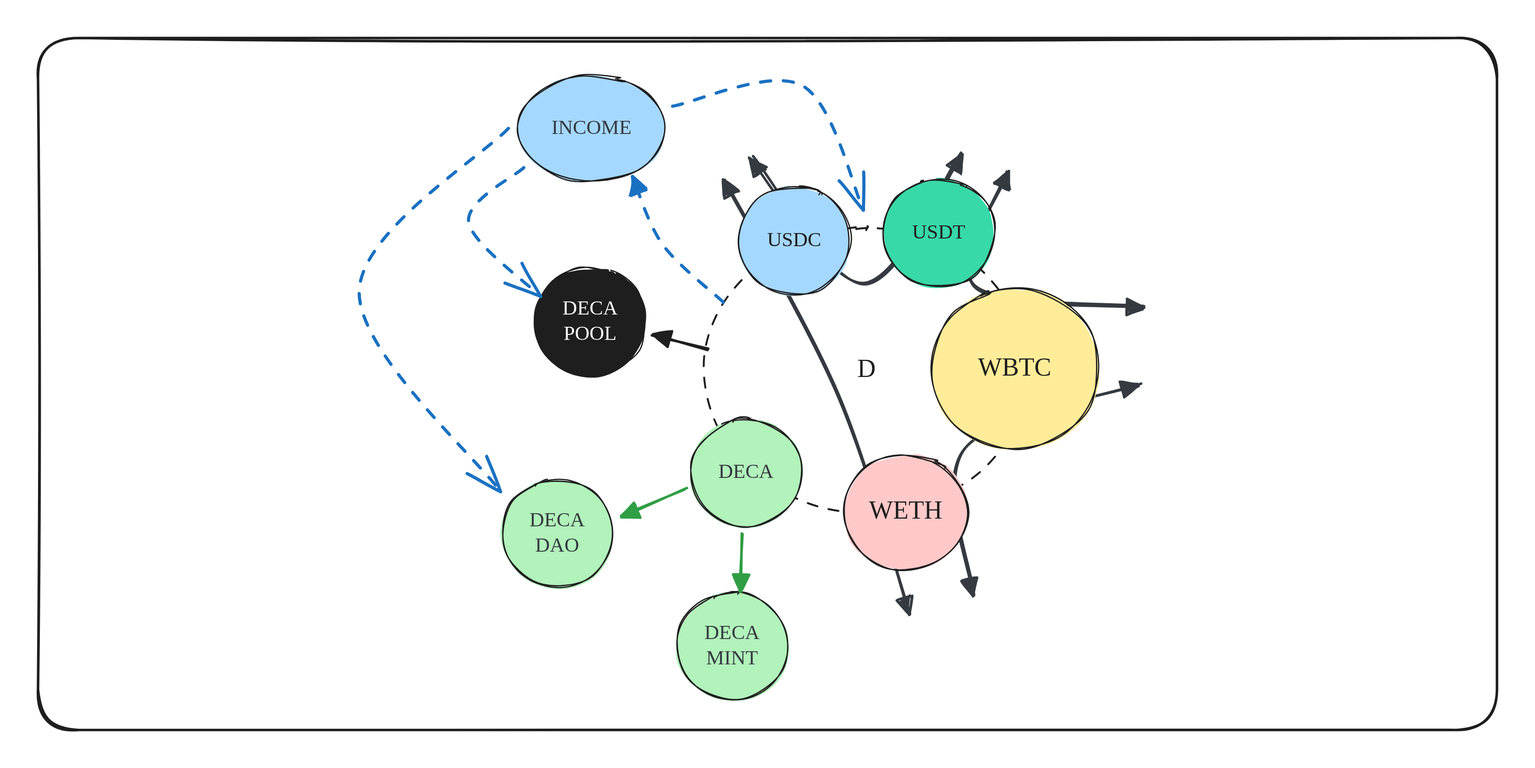
The Excalidraw diagram .gitbook/assets/file.excalidraw (3).svg in decaswap-labs/docs, before a commit. Source tidied: one line per element, renumbered; positions are measured from the earlier drawing's top-left corner, leaving out a move shared by most shapes.
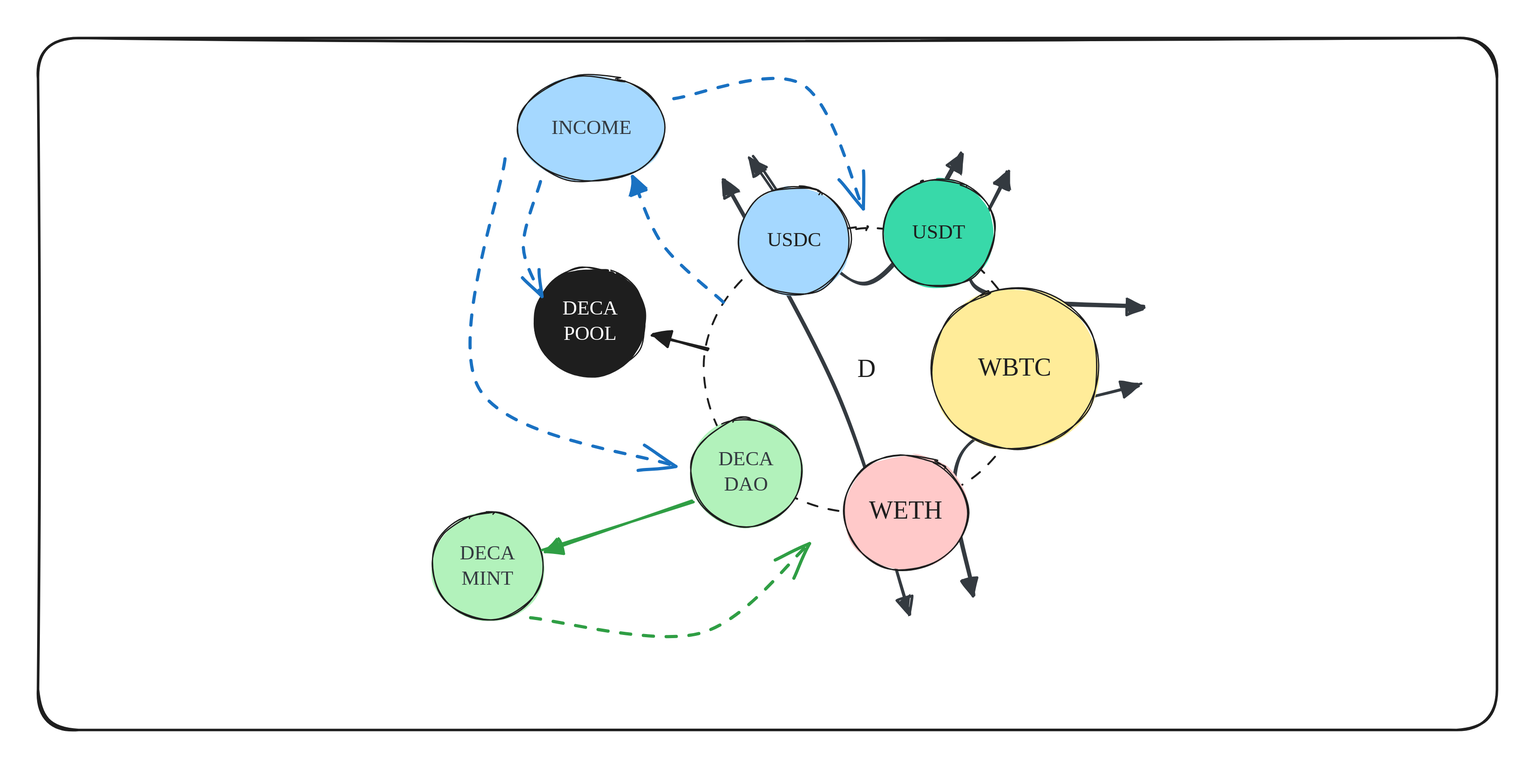
The same file after the commit.

What changed in the source:
```diff
@@ -15,18 +15,16 @@
 {"id": 14, "type": "ellipse", "strokeColor": "#1e1e1e", "backgroundColor": "#1e1e1e", "fillStyle": "solid", "strokeWidth": 1, "roughness": 1, "round": true, "x": 392, "y": 182, "width": 88, "height": 85}
 {"id": 15, "type": "text", "text": "DECA\nPOOL", "strokeColor": "#ffffff", "backgroundColor": "#b2f2bb", "fillStyle": "solid", "strokeWidth": 1, "roughness": 0, "fontSize": 16, "fontFamily": 5, "textAlign": "center", "verticalAlign": "middle", "inside": 14, "x": 414, "y": 204, "width": 44, "height": 40}
 {"id": 16, "type": "ellipse", "strokeColor": "#1e1e1e", "backgroundColor": "#b2f2bb", "fillStyle": "solid", "strokeWidth": 1, "roughness": 1, "round": true, "x": 515, "y": 300, "width": 88, "height": 85}
-{"id": 17, "type": "text", "text": "DECA", "strokeColor": "#343a40", "backgroundColor": "#b2f2bb", "fillStyle": "solid", "strokeWidth": 1, "roughness": 0, "fontSize": 16, "fontFamily": 5, "textAlign": "center", "verticalAlign": "middle", "inside": 16, "x": 537, "y": 333, "width": 44, "height": 20}
+{"id": 17, "type": "text", "text": "DECA\nDAO", "strokeColor": "#343a40", "backgroundColor": "#b2f2bb", "fillStyle": "solid", "strokeWidth": 1, "roughness": 0, "fontSize": 16, "fontFamily": 5, "textAlign": "center", "verticalAlign": "middle", "inside": 16, "x": 537, "y": 323, "width": 44, "height": 40}
-{"id": 18, "type": "ellipse", "strokeColor": "#1e1e1e", "backgroundColor": "#b2f2bb", "fillStyle": "solid", "strokeWidth": 1, "roughness": 1, "round": true, "x": 366, "y": 348, "width": 88, "height": 85}
-{"id": 19, "type": "text", "text": "DECA\nDAO", "strokeColor": "#343a40", "backgroundColor": "#b2f2bb", "fillStyle": "solid", "strokeWidth": 1, "roughness": 0, "fontSize": 16, "fontFamily": 5, "textAlign": "center", "verticalAlign": "middle", "inside": 18, "x": 388, "y": 371, "width": 44, "height": 40}
-{"id": 20, "type": "ellipse", "strokeColor": "#1e1e1e", "backgroundColor": "#b2f2bb", "fillStyle": "solid", "strokeWidth": 1, "roughness": 1, "round": true, "x": 504, "y": 438, "width": 88, "height": 85}
+{"id": 20, "type": "ellipse", "strokeColor": "#1e1e1e", "backgroundColor": "#b2f2bb", "fillStyle": "solid", "strokeWidth": 1, "roughness": 1, "round": true, "x": 311, "y": 374, "width": 88, "height": 85}
-{"id": 21, "type": "text", "text": "DECA\nMINT", "strokeColor": "#343a40", "backgroundColor": "#b2f2bb", "fillStyle": "solid", "strokeWidth": 1, "roughness": 0, "fontSize": 16, "fontFamily": 5, "textAlign": "center", "verticalAlign": "middle", "inside": 20, "x": 526, "y": 460, "width": 44, "height": 40}
+{"id": 21, "type": "text", "text": "DECA\nMINT", "strokeColor": "#343a40", "backgroundColor": "#b2f2bb", "fillStyle": "solid", "strokeWidth": 1, "roughness": 0, "fontSize": 16, "fontFamily": 5, "textAlign": "center", "verticalAlign": "middle", "inside": 20, "x": 333, "y": 397, "width": 44, "height": 40}
 {"id": 22, "type": "ellipse", "strokeColor": "#1e1e1e", "backgroundColor": "#a5d8ff", "fillStyle": "solid", "strokeWidth": 1, "roughness": 1, "round": true, "x": 379, "y": 30, "width": 116, "height": 84}
 {"id": 23, "type": "text", "text": "INCOME", "strokeColor": "#343a40", "backgroundColor": "#b2f2bb", "fillStyle": "solid", "strokeWidth": 1, "roughness": 0, "fontSize": 16, "fontFamily": 5, "textAlign": "center", "verticalAlign": "middle", "inside": 22, "x": 405, "y": 61, "width": 63, "height": 20}
 {"id": 24, "type": "arrow", "strokeColor": "#1971c2", "backgroundColor": "#a5d8ff", "fillStyle": "solid", "strokeWidth": 2, "strokeStyle": "dashed", "roughness": 1, "endArrowhead": "triangle", "round": true, "from": 4, "to": 22, "x": 540, "y": 210, "width": 71, "height": 100, "points": [[0, 0], [-46, -47], [-71, -100]]}
-{"id": 25, "type": "arrow", "strokeColor": "#1971c2", "angle": 3.11, "backgroundColor": "#b2f2bb", "fillStyle": "solid", "strokeWidth": 2, "strokeStyle": "dashed", "roughness": 1, "endArrowhead": "arrow", "round": true, "from": 22, "to": 14, "x": 351, "y": 205, "width": 55, "height": 101, "points": [[0, 0], [44, -41], [-11, -101]]}
+{"id": 25, "type": "arrow", "strokeColor": "#1971c2", "angle": 3.11, "backgroundColor": "#b2f2bb", "fillStyle": "solid", "strokeWidth": 2, "strokeStyle": "dashed", "roughness": 1, "endArrowhead": "arrow", "round": true, "from": 22, "x": 383, "y": 204, "width": 14, "height": 90, "points": [[0, 0], [14, -50], [1, -90]]}
-{"id": 26, "type": "arrow", "strokeColor": "#1971c2", "angle": 3.11, "backgroundColor": "#b2f2bb", "fillStyle": "solid", "strokeWidth": 2, "strokeStyle": "dashed", "roughness": 1, "endArrowhead": "arrow", "round": true, "from": 22, "to": 12, "x": 649, "y": 125, "width": 147, "height": 100, "points": [[0, 0], [-103, 13], [-147, -87]]}
+{"id": 26, "type": "arrow", "strokeColor": "#1971c2", "angle": 3.11, "backgroundColor": "#b2f2bb", "fillStyle": "solid", "strokeWidth": 2, "strokeStyle": "dashed", "roughness": 1, "endArrowhead": "arrow", "round": true, "from": 22, "to": 12, "x": 649, "y": 129, "width": 146, "height": 100, "points": [[0, 0], [-101, 8], [-146, -92]]}
-{"id": 27, "type": "arrow", "strokeColor": "#2f9e44", "backgroundColor": "#a5d8ff", "fillStyle": "solid", "strokeWidth": 2, "roughness": 1, "endArrowhead": "triangle", "round": true, "from": 16, "to": 20, "x": 556, "y": 392, "width": 2, "height": 45, "points": [[0, 0], [-2, 45]]}
+{"id": 27, "type": "arrow", "strokeColor": "#2f9e44", "backgroundColor": "#a5d8ff", "fillStyle": "solid", "strokeWidth": 2, "roughness": 1, "endArrowhead": "triangle", "round": true, "from": 16, "to": 20, "x": 517, "y": 366, "width": 119, "height": 38, "points": [[0, 0], [-119, 38]]}
-{"id": 28, "type": "arrow", "strokeColor": "#2f9e44", "backgroundColor": "#a5d8ff", "fillStyle": "solid", "strokeWidth": 2, "roughness": 1, "endArrowhead": "triangle", "round": true, "from": 16, "to": 18, "x": 511, "y": 356, "width": 50, "height": 20, "points": [[0, 0], [-50, 20]]}
-{"id": 29, "type": "arrow", "strokeColor": "#1971c2", "angle": 3.11, "backgroundColor": "#b2f2bb", "fillStyle": "solid", "strokeWidth": 2, "strokeStyle": "dashed", "roughness": 1, "endArrowhead": "arrow", "round": true, "from": 22, "to": 18, "x": 254, "y": 360, "width": 122, "height": 287, "points": [[0, 0], [122, -124], [16, -287]]}
+{"id": 29, "type": "arrow", "strokeColor": "#1971c2", "angle": 3.11, "backgroundColor": "#b2f2bb", "fillStyle": "solid", "strokeWidth": 2, "strokeStyle": "dashed", "roughness": 1, "endArrowhead": "arrow", "round": true, "from": 22, "to": 16, "x": 472, "y": 341, "width": 153, "height": 247, "points": [[0, 0], [27, -179], [-126, -247]]}
 {"id": 30, "type": "arrow", "strokeColor": "#1e1e1e", "backgroundColor": "#a5d8ff", "fillStyle": "solid", "strokeWidth": 2, "roughness": 1, "endArrowhead": "triangle", "round": true, "to": 14, "x": 529, "y": 246, "width": 44, "height": 11, "points": [[0, 0], [-44, -11]]}
 {"id": 31, "type": "rectangle", "strokeColor": "#1e1e1e", "strokeWidth": 2, "roughness": 1, "round": true, "x": 0, "y": 0, "width": 1151, "height": 546}
+{"id": 32, "type": "arrow", "strokeColor": "#2f9e44", "angle": 3.11, "backgroundColor": "#b2f2bb", "fillStyle": "solid", "strokeWidth": 2, "strokeStyle": "dashed", "roughness": 1, "endArrowhead": "arrow", "round": true, "from": 20, "to": 4, "x": 610, "y": 420, "width": 223, "height": 68, "points": [[0, 0], [-134, -17], [-223, 51]]}
```
